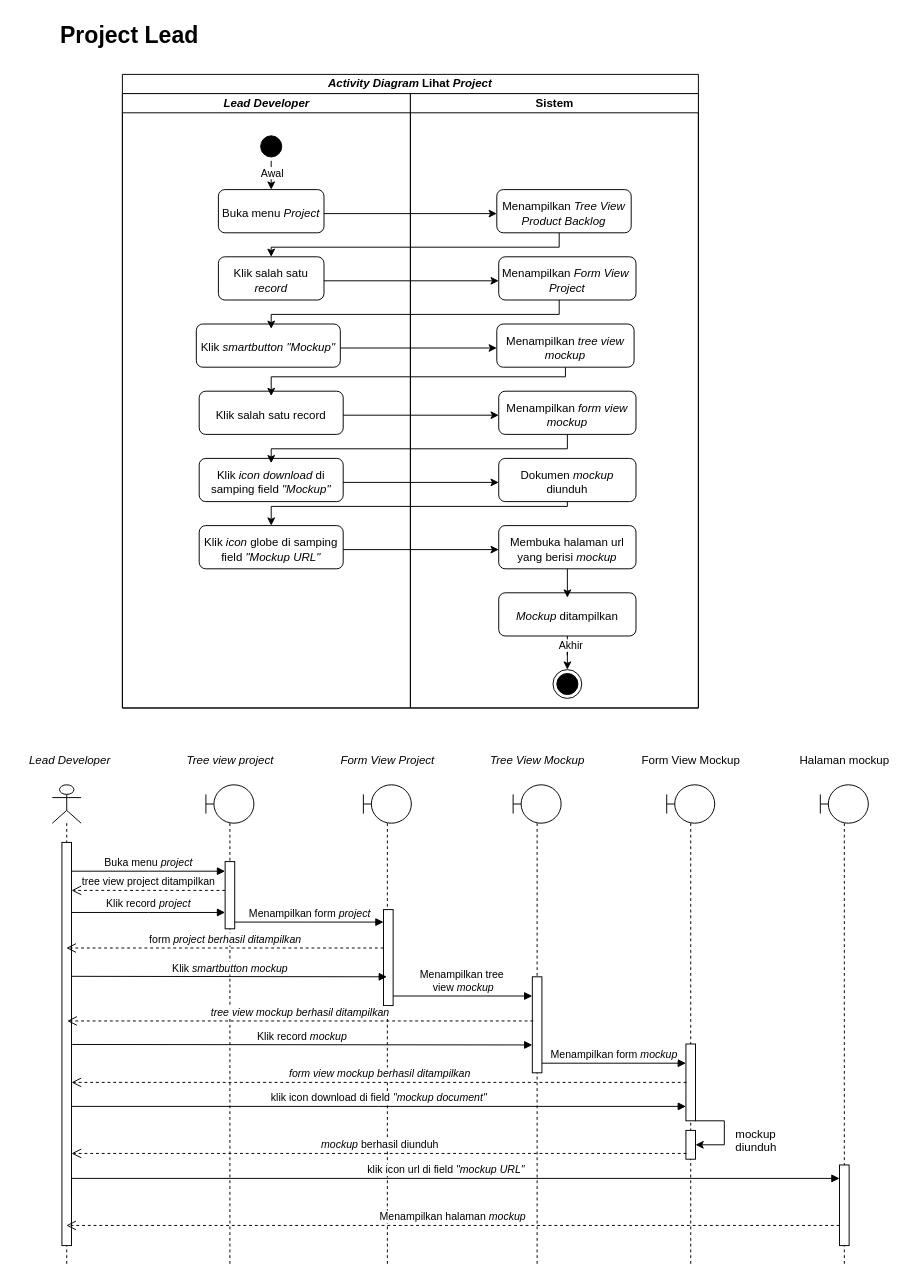
Earlier version of the draw.io diagram page "Halaman-8" (8 of 15) of Diagram Tanpa Judul.drawio (raldawiyahh/alda-resolusi). Source tidied: cells renumbered, new cells numbered last; positions are measured from the earlier drawing's top-left corner, leaving out a move shared by most shapes. Both pictures are drawn from the tidied source at 96%, with x=0, y=0 at pixel (16, 16).
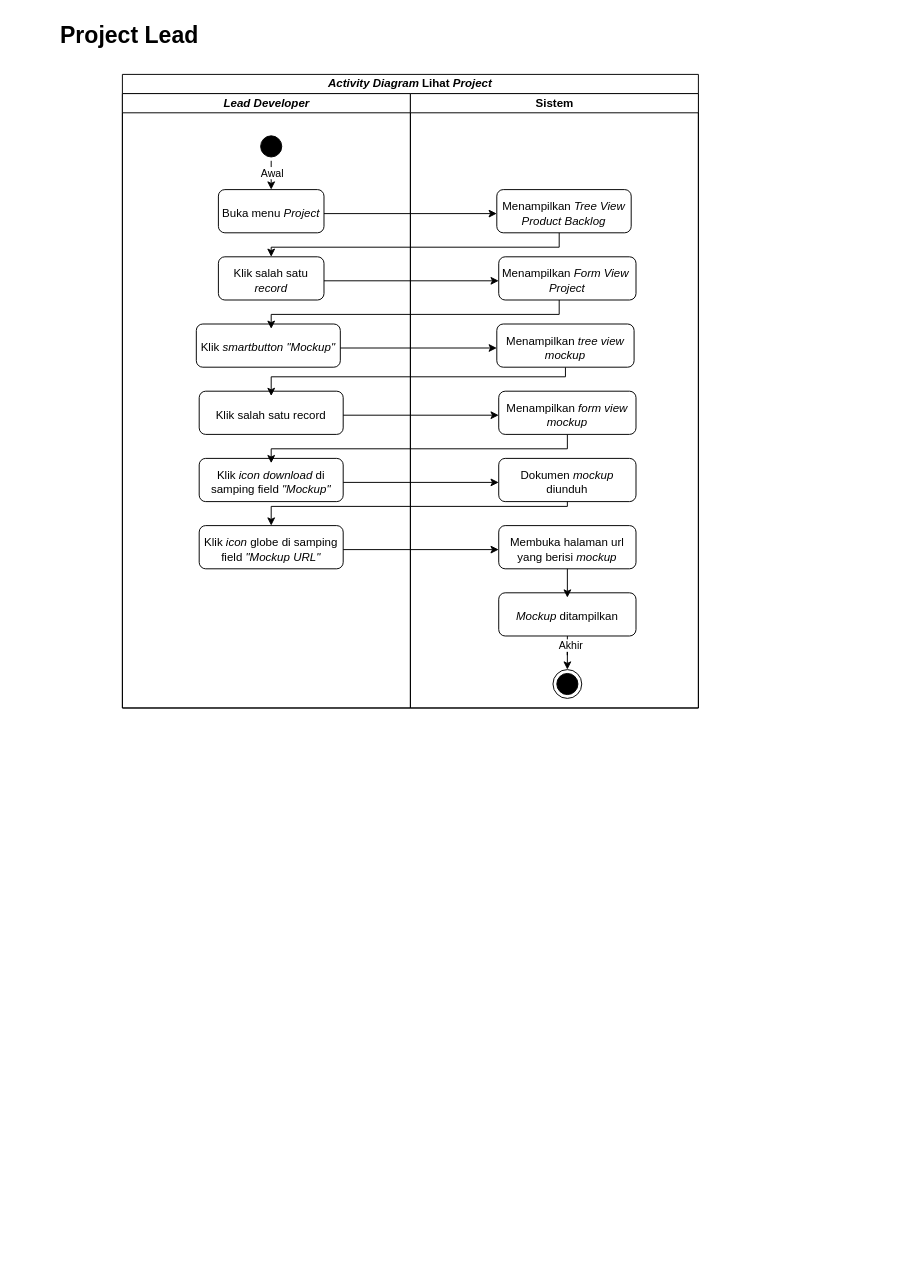
Above is the later version.

The edit, as a diff of the source:
```diff
@@
-    <mxCell id="63" style="shape=umlLifeline;perimeter=lifelinePerimeter;whiteSpace=wrap;html=1;outlineConnect=0;portConstraint=eastwest;newEdgeStyle={&quot;edgeStyle&quot;:&quot;elbowEdgeStyle&quot;,&quot;elbow&quot;:&quot;vertical&quot;,&quot;curved&quot;:0,&quot;rounded&quot;:0};participant=umlActor;" parent="1" vertex="1">
-      <mxGeometry x="37" y="800" width="30" height="500" as="geometry" />
-    </mxCell>
-    <mxCell id="64" style="html=1;points=[];perimeter=orthogonalPerimeter;outlineConnect=0;targetShapes=umlLifeline;portConstraint=eastwest;newEdgeStyle={&quot;edgeStyle&quot;:&quot;elbowEdgeStyle&quot;,&quot;elbow&quot;:&quot;vertical&quot;,&quot;curved&quot;:0,&quot;rounded&quot;:0};" parent="63" vertex="1">
-      <mxGeometry x="10" y="60" width="10" height="420" as="geometry" />
-    </mxCell>
-    <mxCell id="65" value="&lt;i&gt;Lead Developer&lt;/i&gt;" style="text;html=1;align=center;verticalAlign=middle;strokeColor=none;fillColor=none;" parent="1" vertex="1">
-      <mxGeometry y="760" width="110" height="30" as="geometry" />
-    </mxCell>
-    <mxCell id="66" style="shape=umlLifeline;perimeter=lifelinePerimeter;whiteSpace=wrap;html=1;newEdgeStyle={&quot;edgeStyle&quot;:&quot;elbowEdgeStyle&quot;,&quot;elbow&quot;:&quot;vertical&quot;,&quot;curved&quot;:0,&quot;rounded&quot;:0};participant=umlBoundary;" parent="1" vertex="1">
-      <mxGeometry x="197" y="800" width="50" height="500" as="geometry" />
-    </mxCell>
-    <mxCell id="67" style="html=1;points=[];perimeter=orthogonalPerimeter;outlineConnect=0;targetShapes=umlLifeline;portConstraint=eastwest;newEdgeStyle={&quot;edgeStyle&quot;:&quot;elbowEdgeStyle&quot;,&quot;elbow&quot;:&quot;vertical&quot;,&quot;curved&quot;:0,&quot;rounded&quot;:0};" parent="66" vertex="1">
-      <mxGeometry x="20" y="80" width="10" height="70" as="geometry" />
-    </mxCell>
-    <mxCell id="68" style="shape=umlLifeline;perimeter=lifelinePerimeter;whiteSpace=wrap;html=1;newEdgeStyle={&quot;edgeStyle&quot;:&quot;elbowEdgeStyle&quot;,&quot;elbow&quot;:&quot;vertical&quot;,&quot;curved&quot;:0,&quot;rounded&quot;:0};participant=umlBoundary;" parent="1" vertex="1">
-      <mxGeometry x="361" y="800" width="50" height="500" as="geometry" />
-    </mxCell>
-    <mxCell id="69" style="shape=umlLifeline;perimeter=lifelinePerimeter;whiteSpace=wrap;html=1;newEdgeStyle={&quot;edgeStyle&quot;:&quot;elbowEdgeStyle&quot;,&quot;elbow&quot;:&quot;vertical&quot;,&quot;curved&quot;:0,&quot;rounded&quot;:0};participant=umlBoundary;" parent="1" vertex="1">
-      <mxGeometry x="517" y="800" width="50" height="500" as="geometry" />
-    </mxCell>
-    <mxCell id="70" style="html=1;perimeter=orthogonalPerimeter;targetShapes=umlLifeline;newEdgeStyle={&quot;edgeStyle&quot;:&quot;elbowEdgeStyle&quot;,&quot;elbow&quot;:&quot;vertical&quot;,&quot;curved&quot;:0,&quot;rounded&quot;:0};" parent="69" vertex="1">
-      <mxGeometry x="20" y="200" width="10" height="100" as="geometry" />
-    </mxCell>
-    <mxCell id="71" style="shape=umlLifeline;perimeter=lifelinePerimeter;whiteSpace=wrap;html=1;newEdgeStyle={&quot;edgeStyle&quot;:&quot;elbowEdgeStyle&quot;,&quot;elbow&quot;:&quot;vertical&quot;,&quot;curved&quot;:0,&quot;rounded&quot;:0};participant=umlBoundary;" parent="1" vertex="1">
-      <mxGeometry x="677" y="800" width="50" height="500" as="geometry" />
-    </mxCell>
-    <mxCell id="72" style="html=1;points=[];perimeter=orthogonalPerimeter;outlineConnect=0;targetShapes=umlLifeline;portConstraint=eastwest;newEdgeStyle={&quot;edgeStyle&quot;:&quot;elbowEdgeStyle&quot;,&quot;elbow&quot;:&quot;vertical&quot;,&quot;curved&quot;:0,&quot;rounded&quot;:0};" parent="71" vertex="1">
-      <mxGeometry x="20" y="270" width="10" height="80" as="geometry" />
-    </mxCell>
-    <mxCell id="73" style="html=1;points=[];perimeter=orthogonalPerimeter;outlineConnect=0;targetShapes=umlLifeline;portConstraint=eastwest;newEdgeStyle={&quot;edgeStyle&quot;:&quot;elbowEdgeStyle&quot;,&quot;elbow&quot;:&quot;vertical&quot;,&quot;curved&quot;:0,&quot;rounded&quot;:0};" parent="71" vertex="1">
-      <mxGeometry x="20" y="360" width="10" height="30" as="geometry" />
-    </mxCell>
-    <mxCell id="74" style="edgeStyle=elbowEdgeStyle;rounded=0;jettySize=auto;html=1;elbow=vertical;curved=0;" parent="71" edge="1" source="72" target="73">
-      <mxGeometry relative="1" as="geometry">
-        <Array as="points">
-          <mxPoint x="60" y="350" />
-        </Array>
-      </mxGeometry>
-    </mxCell>
-    <mxCell id="75" style="shape=umlLifeline;perimeter=lifelinePerimeter;whiteSpace=wrap;html=1;newEdgeStyle={&quot;edgeStyle&quot;:&quot;elbowEdgeStyle&quot;,&quot;elbow&quot;:&quot;vertical&quot;,&quot;curved&quot;:0,&quot;rounded&quot;:0};participant=umlBoundary;" parent="1" vertex="1">
-      <mxGeometry x="837" y="800" width="50" height="500" as="geometry" />
-    </mxCell>
-    <mxCell id="76" style="html=1;points=[];perimeter=orthogonalPerimeter;outlineConnect=0;targetShapes=umlLifeline;portConstraint=eastwest;newEdgeStyle={&quot;edgeStyle&quot;:&quot;elbowEdgeStyle&quot;,&quot;elbow&quot;:&quot;vertical&quot;,&quot;curved&quot;:0,&quot;rounded&quot;:0};" parent="75" vertex="1">
-      <mxGeometry x="20" y="396" width="10" height="84" as="geometry" />
-    </mxCell>
-    <mxCell id="77" value="&lt;i&gt;Tree view project&lt;/i&gt;" style="text;html=1;align=center;verticalAlign=middle;strokeColor=none;fillColor=none;" parent="1" vertex="1">
-      <mxGeometry x="167" y="760" width="110" height="30" as="geometry" />
-    </mxCell>
-    <mxCell id="78" value="&lt;i&gt;Form View Project&lt;/i&gt;" style="text;html=1;align=center;verticalAlign=middle;strokeColor=none;fillColor=none;" parent="1" vertex="1">
-      <mxGeometry x="326" y="760" width="120" height="30" as="geometry" />
-    </mxCell>
-    <mxCell id="79" value="&lt;i&gt;Tree View Mockup&lt;/i&gt;" style="text;html=1;align=center;verticalAlign=middle;strokeColor=none;fillColor=none;" parent="1" vertex="1">
-      <mxGeometry x="482" y="760" width="120" height="30" as="geometry" />
-    </mxCell>
-    <mxCell id="80" value="Form View Mockup" style="text;html=1;align=center;verticalAlign=middle;strokeColor=none;fillColor=none;" parent="1" vertex="1">
-      <mxGeometry x="637" y="760" width="130" height="30" as="geometry" />
-    </mxCell>
-    <mxCell id="81" value="Halaman mockup" style="text;html=1;align=center;verticalAlign=middle;strokeColor=none;fillColor=none;" parent="1" vertex="1">
-      <mxGeometry x="802" y="760" width="120" height="30" as="geometry" />
-    </mxCell>
-    <mxCell id="82" value="Buka menu &lt;i&gt;project&lt;/i&gt;" style="html=1;verticalAlign=bottom;endArrow=block;edgeStyle=elbowEdgeStyle;elbow=vertical;curved=0;rounded=0;" parent="1" edge="1" target="67">
-      <mxGeometry relative="1" as="geometry">
-        <mxPoint x="57" y="890" as="sourcePoint" />
-      </mxGeometry>
-    </mxCell>
-    <mxCell id="83" value="Klik record &lt;i&gt;project&lt;/i&gt;" style="html=1;verticalAlign=bottom;endArrow=block;edgeStyle=elbowEdgeStyle;elbow=vertical;curved=0;rounded=0;" parent="1" edge="1">
-      <mxGeometry relative="1" as="geometry">
-        <mxPoint x="57" y="933" as="sourcePoint" />
-        <mxPoint x="217" y="933" as="targetPoint" />
-      </mxGeometry>
-    </mxCell>
-    <mxCell id="84" value="Menampilkan form &lt;i&gt;project&lt;/i&gt;" style="html=1;verticalAlign=bottom;endArrow=block;edgeStyle=elbowEdgeStyle;elbow=vertical;curved=0;rounded=0;" parent="1" edge="1">
-      <mxGeometry relative="1" as="geometry">
-        <mxPoint x="227" y="943" as="sourcePoint" />
-        <mxPoint x="382" y="943" as="targetPoint" />
-      </mxGeometry>
-    </mxCell>
-    <mxCell id="85" style="html=1;perimeter=orthogonalPerimeter;targetShapes=umlLifeline;newEdgeStyle={&quot;edgeStyle&quot;:&quot;elbowEdgeStyle&quot;,&quot;elbow&quot;:&quot;vertical&quot;,&quot;curved&quot;:0,&quot;rounded&quot;:0};" parent="1" vertex="1">
-      <mxGeometry x="382" y="930" width="10" height="100" as="geometry" />
-    </mxCell>
-    <mxCell id="86" value="Klik &lt;i&gt;smartbutton mockup&lt;/i&gt;" style="html=1;verticalAlign=bottom;endArrow=block;edgeStyle=elbowEdgeStyle;elbow=vertical;curved=0;rounded=0;" parent="1" edge="1">
-      <mxGeometry relative="1" as="geometry">
-        <mxPoint x="57" y="999.5" as="sourcePoint" />
-        <mxPoint x="385.5" y="1000" as="targetPoint" />
-      </mxGeometry>
-    </mxCell>
-    <mxCell id="87" value="&lt;div&gt;Menampilkan tree&amp;nbsp;&lt;/div&gt;&lt;div&gt;view &lt;i&gt;mockup&lt;/i&gt;&lt;/div&gt;" style="html=1;verticalAlign=bottom;endArrow=block;edgeStyle=elbowEdgeStyle;elbow=vertical;curved=0;rounded=0;" parent="1" edge="1">
-      <mxGeometry relative="1" as="geometry">
-        <mxPoint x="392" y="1020" as="sourcePoint" />
-        <mxPoint x="537" y="1020" as="targetPoint" />
-      </mxGeometry>
-    </mxCell>
-    <mxCell id="88" value="Klik record &lt;i&gt;mockup&lt;/i&gt;" style="html=1;verticalAlign=bottom;endArrow=block;edgeStyle=elbowEdgeStyle;elbow=vertical;curved=0;rounded=0;" parent="1" edge="1">
-      <mxGeometry relative="1" as="geometry">
-        <mxPoint x="57.8" y="1070.5" as="sourcePoint" />
-        <mxPoint x="537" y="1071" as="targetPoint" />
-      </mxGeometry>
-    </mxCell>
-    <mxCell id="89" value="Menampilkan form &lt;i&gt;mockup&lt;/i&gt;" style="html=1;verticalAlign=bottom;endArrow=block;edgeStyle=elbowEdgeStyle;elbow=vertical;curved=0;rounded=0;" parent="1" edge="1">
-      <mxGeometry relative="1" as="geometry">
-        <mxPoint x="547" y="1090" as="sourcePoint" />
-        <mxPoint x="697" y="1090" as="targetPoint" />
-      </mxGeometry>
-    </mxCell>
-    <mxCell id="90" value="klik icon download di field &lt;i&gt;&quot;mockup document&quot;&lt;/i&gt;" style="html=1;verticalAlign=bottom;endArrow=block;edgeStyle=elbowEdgeStyle;elbow=vertical;curved=0;rounded=0;" parent="1" edge="1">
-      <mxGeometry relative="1" as="geometry">
-        <mxPoint x="57" y="1135" as="sourcePoint" />
-        <mxPoint x="697" y="1135" as="targetPoint" />
-      </mxGeometry>
-    </mxCell>
-    <mxCell id="91" value="mockup diunduh" style="text;whiteSpace=wrap;html=1;" parent="1" vertex="1">
-      <mxGeometry x="747" y="1150" width="90" height="40" as="geometry" />
-    </mxCell>
-    <mxCell id="92" value="klik icon url di field &lt;i&gt;&quot;mockup URL&quot;&lt;/i&gt;" style="html=1;verticalAlign=bottom;endArrow=block;edgeStyle=elbowEdgeStyle;elbow=vertical;curved=0;rounded=0;" parent="1" edge="1" target="76">
-      <mxGeometry relative="1" as="geometry">
-        <mxPoint x="57" y="1230" as="sourcePoint" />
-        <Array as="points">
-          <mxPoint x="747" y="1210" />
-        </Array>
-      </mxGeometry>
-    </mxCell>
-    <mxCell id="93" value="Menampilkan halaman &lt;i&gt;mockup&lt;/i&gt;" style="html=1;verticalAlign=bottom;endArrow=open;dashed=1;endSize=8;edgeStyle=elbowEdgeStyle;elbow=vertical;curved=0;rounded=0;" parent="1" edge="1">
-      <mxGeometry relative="1" as="geometry">
-        <mxPoint x="857" y="1259" as="sourcePoint" />
-        <mxPoint x="51.5" y="1259" as="targetPoint" />
-      </mxGeometry>
-    </mxCell>
-    <mxCell id="94" value="tree view project ditampilkan" style="html=1;verticalAlign=bottom;endArrow=open;dashed=1;endSize=8;edgeStyle=elbowEdgeStyle;elbow=vertical;curved=0;rounded=0;" parent="1" edge="1" target="64">
-      <mxGeometry relative="1" as="geometry">
-        <mxPoint x="217" y="910" as="sourcePoint" />
-      </mxGeometry>
-    </mxCell>
-    <mxCell id="95" value="form &lt;i&gt;project berhasil ditampilkan&lt;/i&gt;" style="html=1;verticalAlign=bottom;endArrow=open;dashed=1;endSize=8;edgeStyle=elbowEdgeStyle;elbow=vertical;curved=0;rounded=0;" parent="1" edge="1" target="63">
-      <mxGeometry relative="1" as="geometry">
-        <mxPoint x="382" y="970" as="sourcePoint" />
-      </mxGeometry>
-    </mxCell>
-    <mxCell id="96" value="&lt;i&gt;tree view mockup&lt;/i&gt;&lt;i&gt; berhasil ditampilkan&lt;/i&gt;" style="html=1;verticalAlign=bottom;endArrow=open;dashed=1;endSize=8;edgeStyle=elbowEdgeStyle;elbow=vertical;curved=0;rounded=0;" parent="1" edge="1">
-      <mxGeometry relative="1" as="geometry">
-        <mxPoint x="538" y="1046" as="sourcePoint" />
-        <mxPoint x="52.5" y="1046" as="targetPoint" />
-      </mxGeometry>
-    </mxCell>
-    <mxCell id="97" value="&lt;i&gt;form view mockup&lt;/i&gt;&lt;i&gt; berhasil ditampilkan&lt;/i&gt;" style="html=1;verticalAlign=bottom;endArrow=open;dashed=1;endSize=8;edgeStyle=elbowEdgeStyle;elbow=vertical;curved=0;rounded=0;" parent="1" edge="1" target="64">
-      <mxGeometry relative="1" as="geometry">
-        <mxPoint x="697.5" y="1110" as="sourcePoint" />
-      </mxGeometry>
-    </mxCell>
-    <mxCell id="98" value="&lt;i&gt;mockup &lt;/i&gt;berhasil diunduh" style="html=1;verticalAlign=bottom;endArrow=open;dashed=1;endSize=8;edgeStyle=elbowEdgeStyle;elbow=vertical;curved=0;rounded=0;" parent="1" edge="1">
-      <mxGeometry relative="1" as="geometry">
-        <mxPoint x="697.5" y="1184" as="sourcePoint" />
-        <mxPoint x="57" y="1184" as="targetPoint" />
-      </mxGeometry>
-    </mxCell>
```
